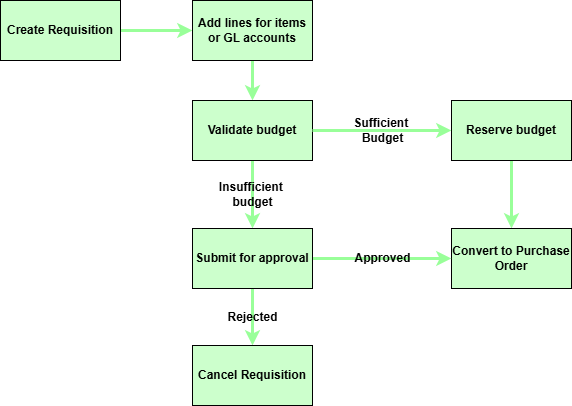
Before: Project-Management/Purchases.drawio.png, a diagram exported from draw.io (braintree-brainworx/Braintree-PPS-Cloud). Source tidied: cells renumbered, new cells last; positions are measured from the earlier drawing's top-left corner, leaving out a move shared by most shapes.
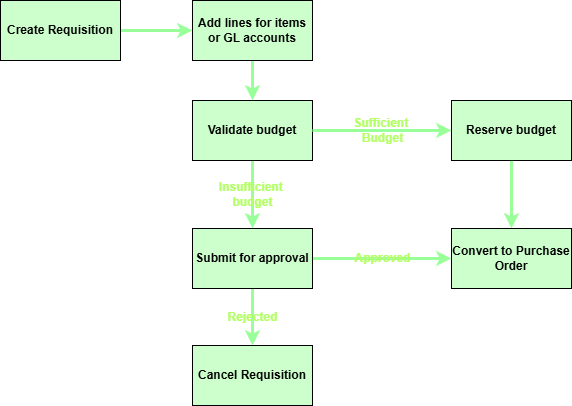
The same diagram one commit later.

Diff of the diagram source:
```diff
@@ -14,14 +14,14 @@
     <mxCell id="5" value="Add lines for items or GL accounts" style="rounded=0;whiteSpace=wrap;html=1;fontFamily=Helvetica;fontSize=12;fontColor=default;labelBackgroundColor=none;fontStyle=1;fillStyle=solid;fillColor=#CCFFCC;" parent="1" vertex="1">
       <mxGeometry x="192" width="120" height="60" as="geometry" />
     </mxCell>
-    <mxCell id="6" value="Insufficient&amp;nbsp;&lt;div&gt;budget&lt;/div&gt;" style="edgeStyle=orthogonalEdgeStyle;shape=connector;rounded=1;html=1;strokeColor=#99FF99;strokeWidth=3;align=center;verticalAlign=middle;fontFamily=Helvetica;fontSize=12;fontColor=default;labelBackgroundColor=none;endArrow=classic;fontStyle=1;" parent="1" edge="1" source="7" target="14">
+    <mxCell id="6" value="&lt;font style=&quot;color: rgb(179, 255, 102);&quot;&gt;Insufficient&amp;nbsp;&lt;/font&gt;&lt;div&gt;&lt;font style=&quot;color: rgb(179, 255, 102);&quot;&gt;budget&lt;/font&gt;&lt;/div&gt;" style="edgeStyle=orthogonalEdgeStyle;shape=connector;rounded=1;html=1;strokeColor=#99FF99;strokeWidth=3;align=center;verticalAlign=middle;fontFamily=Helvetica;fontSize=12;fontColor=default;labelBackgroundColor=none;endArrow=classic;fontStyle=1;" parent="1" edge="1" source="7" target="14">
       <mxGeometry relative="1" as="geometry" />
     </mxCell>
     <mxCell id="7" value="Validate budget" style="whiteSpace=wrap;html=1;fontSize=12;rounded=0;labelBackgroundColor=none;fontStyle=1;fillStyle=solid;fillColor=#CCFFCC;" parent="1" vertex="1">
       <mxGeometry x="192" y="100" width="120" height="60" as="geometry" />
     </mxCell>
-    <mxCell id="8" value="Sufficient&amp;nbsp;&lt;div&gt;Budget&lt;/div&gt;" style="edgeStyle=orthogonalEdgeStyle;shape=connector;rounded=1;html=1;strokeColor=#99FF99;strokeWidth=3;align=center;verticalAlign=middle;fontFamily=Helvetica;fontSize=12;fontColor=default;labelBackgroundColor=none;endArrow=classic;exitX=1;exitY=0.5;exitDx=0;exitDy=0;fontStyle=1;" parent="1" edge="1" source="7" target="10">
-      <mxGeometry relative="1" as="geometry" />
+    <mxCell id="8" value="&lt;font style=&quot;color: rgb(179, 255, 102);&quot;&gt;Sufficient&amp;nbsp;&lt;/font&gt;&lt;div&gt;&lt;font style=&quot;color: rgb(179, 255, 102);&quot;&gt;Budget&lt;/font&gt;&lt;/div&gt;" style="edgeStyle=orthogonalEdgeStyle;shape=connector;rounded=1;html=1;strokeColor=#99FF99;strokeWidth=3;align=center;verticalAlign=middle;fontFamily=Helvetica;fontSize=12;fontColor=#66FF66;labelBackgroundColor=none;endArrow=classic;exitX=1;exitY=0.5;exitDx=0;exitDy=0;fontStyle=1;" parent="1" edge="1" source="7" target="10">
+      <mxGeometry x="0.01" relative="1" as="geometry" />
     </mxCell>
     <mxCell id="9" style="edgeStyle=orthogonalEdgeStyle;shape=connector;rounded=1;html=1;strokeColor=#99FF99;strokeWidth=3;align=center;verticalAlign=middle;fontFamily=Helvetica;fontSize=12;fontColor=default;labelBackgroundColor=none;endArrow=classic;fontStyle=1;" parent="1" edge="1" source="10" target="11">
       <mxGeometry relative="1" as="geometry" />
@@ -32,10 +32,10 @@
     <mxCell id="11" value="Convert to Purchase Order" style="whiteSpace=wrap;html=1;fontSize=12;rounded=0;labelBackgroundColor=none;fontStyle=1;fillStyle=solid;fillColor=#CCFFCC;" parent="1" vertex="1">
       <mxGeometry x="451" y="228" width="120" height="60" as="geometry" />
     </mxCell>
-    <mxCell id="12" value="Rejected" style="edgeStyle=orthogonalEdgeStyle;shape=connector;rounded=1;html=1;strokeColor=#99FF99;strokeWidth=3;align=center;verticalAlign=middle;fontFamily=Helvetica;fontSize=12;fontColor=default;labelBackgroundColor=none;endArrow=classic;fontStyle=1;" parent="1" edge="1" source="14" target="15">
+    <mxCell id="12" value="&lt;font style=&quot;color: rgb(179, 255, 102);&quot;&gt;Rejected&lt;/font&gt;" style="edgeStyle=orthogonalEdgeStyle;shape=connector;rounded=1;html=1;strokeColor=#99FF99;strokeWidth=3;align=center;verticalAlign=middle;fontFamily=Helvetica;fontSize=12;fontColor=default;labelBackgroundColor=none;endArrow=classic;fontStyle=1;" parent="1" edge="1" source="14" target="15">
       <mxGeometry relative="1" as="geometry" />
     </mxCell>
-    <mxCell id="13" value="Approved" style="edgeStyle=orthogonalEdgeStyle;shape=connector;rounded=1;html=1;exitX=1;exitY=0.5;exitDx=0;exitDy=0;entryX=0;entryY=0.5;entryDx=0;entryDy=0;strokeColor=#99FF99;strokeWidth=3;align=center;verticalAlign=middle;fontFamily=Helvetica;fontSize=12;fontColor=default;labelBackgroundColor=none;endArrow=classic;fontStyle=1;" parent="1" edge="1" source="14" target="11">
+    <mxCell id="13" value="Approved" style="edgeStyle=orthogonalEdgeStyle;shape=connector;rounded=1;html=1;exitX=1;exitY=0.5;exitDx=0;exitDy=0;entryX=0;entryY=0.5;entryDx=0;entryDy=0;strokeColor=#99FF99;strokeWidth=3;align=center;verticalAlign=middle;fontFamily=Helvetica;fontSize=12;fontColor=#B3FF66;labelBackgroundColor=none;endArrow=classic;fontStyle=1;" parent="1" edge="1" source="14" target="11">
       <mxGeometry relative="1" as="geometry" />
     </mxCell>
     <mxCell id="14" value="Submit for approval" style="whiteSpace=wrap;html=1;fontSize=12;rounded=0;labelBackgroundColor=none;fontStyle=1;fillStyle=solid;fillColor=#CCFFCC;" parent="1" vertex="1">
```
